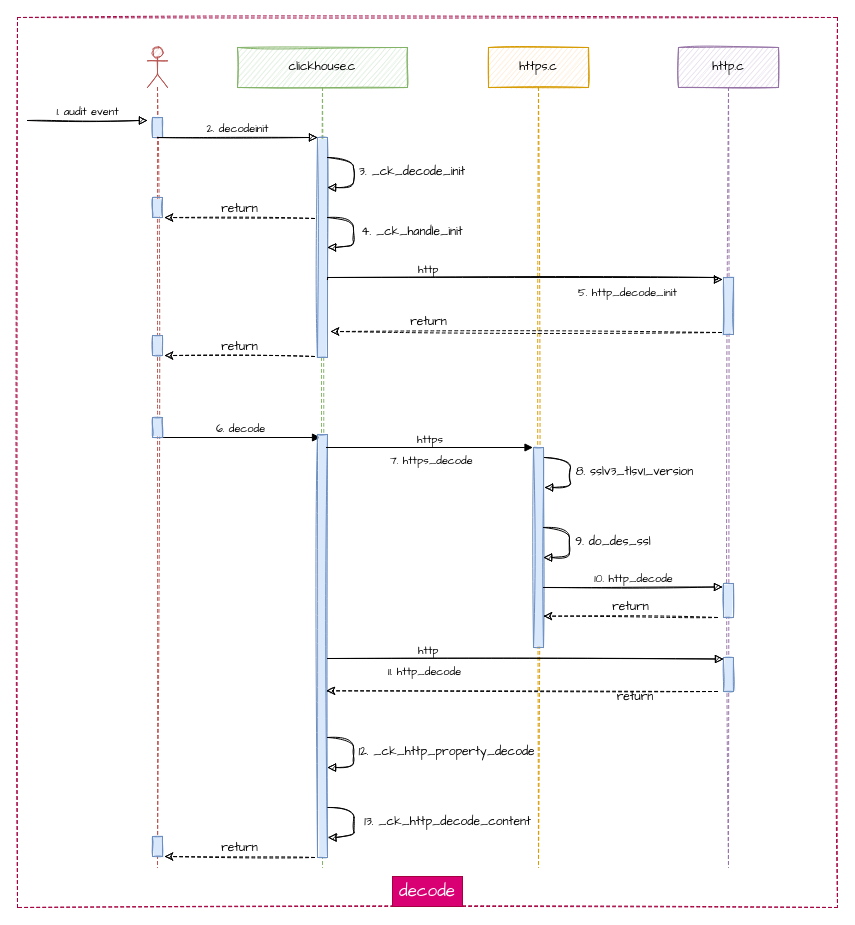
leonce28/draw-io-img keeps this draw.io diagram as clickhouse interact http decode.drawio. Above is the earlier version. Source tidied: cells renumbered, new cells numbered last; positions are measured from the earlier drawing's top-left corner, leaving out a move shared by most shapes. Both pictures are drawn from the tidied source at 100%, with x=0, y=0 at pixel (17, 17).
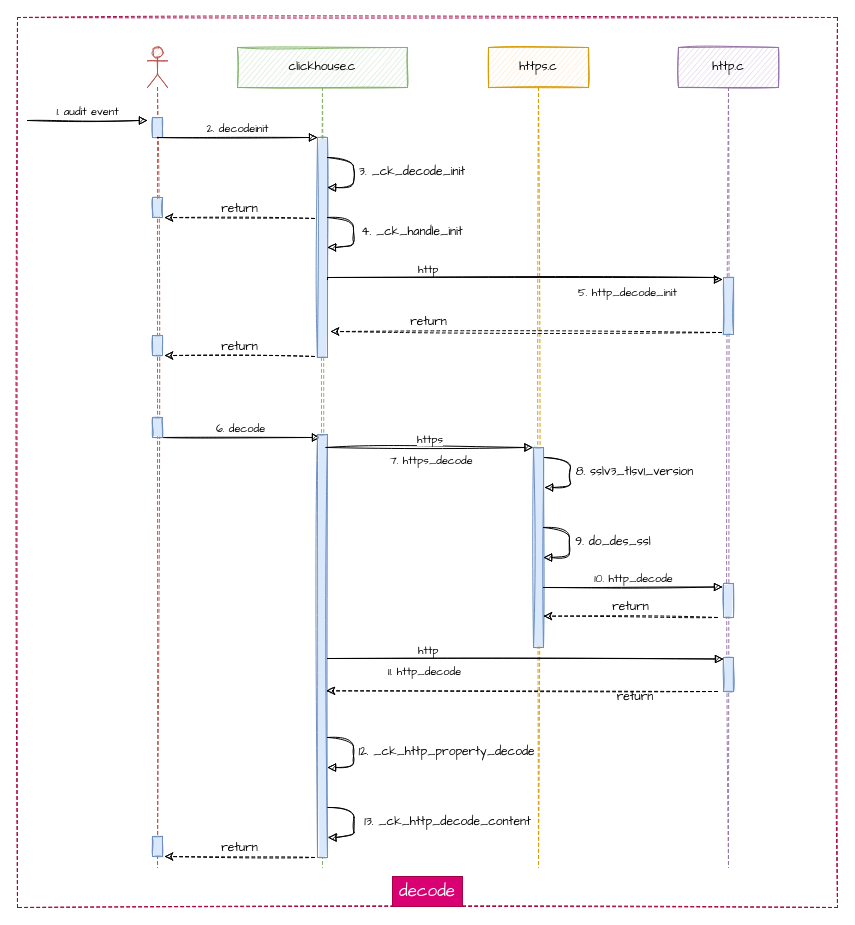
Above is the later version.

The change refers to these unchanged cells:
```xml
<mxCell id="6" value="clickhouse.c" style="shape=umlLifeline;perimeter=lifelinePerimeter;whiteSpace=wrap;html=1;horizontal=1;fontFamily=Comic Sans MS;sketch=1;fillColor=#d5e8d4;strokeColor=#82b366;" parent="1" vertex="1">
  <mxGeometry x="220" y="30" width="170" height="820" as="geometry" />
</mxCell>
```

Change to the diagram source:
```diff
@@
-    <mxCell id="10" value="6. decode" style="html=1;verticalAlign=bottom;endArrow=block;entryX=0;entryY=0;rounded=0;horizontal=1;fontFamily=Comic Sans MS;" parent="6" edge="1">
+    <mxCell id="10" value="6. decode" style="html=1;verticalAlign=bottom;endArrow=block;entryX=0;entryY=0;rounded=0;horizontal=1;fontFamily=Comic Sans MS;sketch=1;" parent="6" edge="1">
       <mxGeometry relative="1" as="geometry">
         <mxPoint x="-77" y="390" as="sourcePoint" />
         <mxPoint x="83" y="390" as="targetPoint" />
       </mxGeometry>
     </mxCell>
@@
-    <mxCell id="34" value="&lt;span style=&quot;text-align: center&quot;&gt;7. https_decode&amp;nbsp;&lt;/span&gt;" style="endArrow=block;endFill=1;html=1;edgeStyle=orthogonalEdgeStyle;align=left;verticalAlign=top;rounded=0;exitX=0.9;exitY=0.125;exitDx=0;exitDy=0;exitPerimeter=0;jumpSize=6;horizontal=1;fontFamily=Comic Sans MS;" parent="1" edge="1">
+    <mxCell id="34" value="&lt;span style=&quot;text-align: center&quot;&gt;7. https_decode&amp;nbsp;&lt;/span&gt;" style="endArrow=block;endFill=1;html=1;edgeStyle=orthogonalEdgeStyle;align=left;verticalAlign=top;rounded=0;exitX=0.9;exitY=0.125;exitDx=0;exitDy=0;exitPerimeter=0;jumpSize=6;horizontal=1;fontFamily=Comic Sans MS;sketch=1;" parent="1" edge="1">
       <mxGeometry x="-0.41" relative="1" as="geometry">
         <mxPoint x="308.5" y="430" as="sourcePoint" />
         <mxPoint x="515.5" y="430" as="targetPoint" />
         <mxPoint x="1" as="offset" />
       </mxGeometry>
     </mxCell>
```
